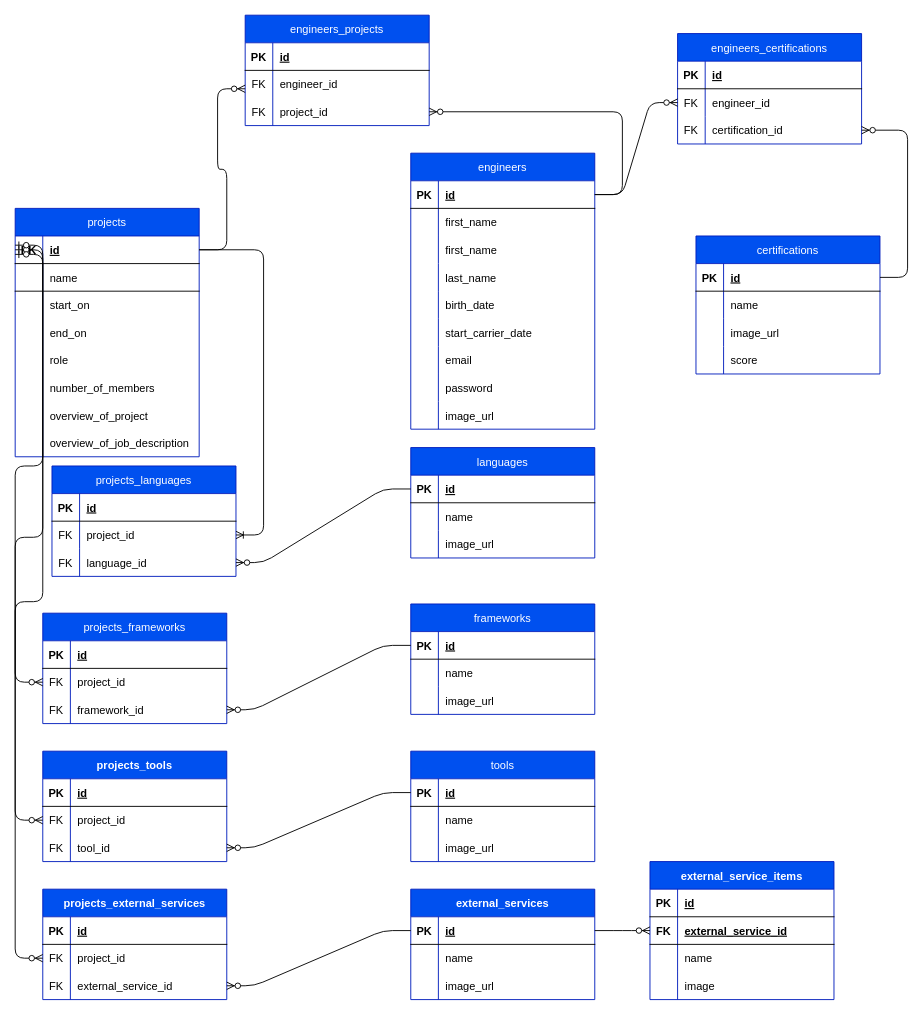
Before: tabels.dio in hiroki1216/engnr_prof_app, a draw.io diagram. Source tidied: cells renumbered, new cells numbered last; positions are measured from the earlier drawing's top-left corner, leaving out a move shared by most shapes. Both pictures are drawn from the tidied source at 92%, with x=0, y=0 at pixel (15, 15).
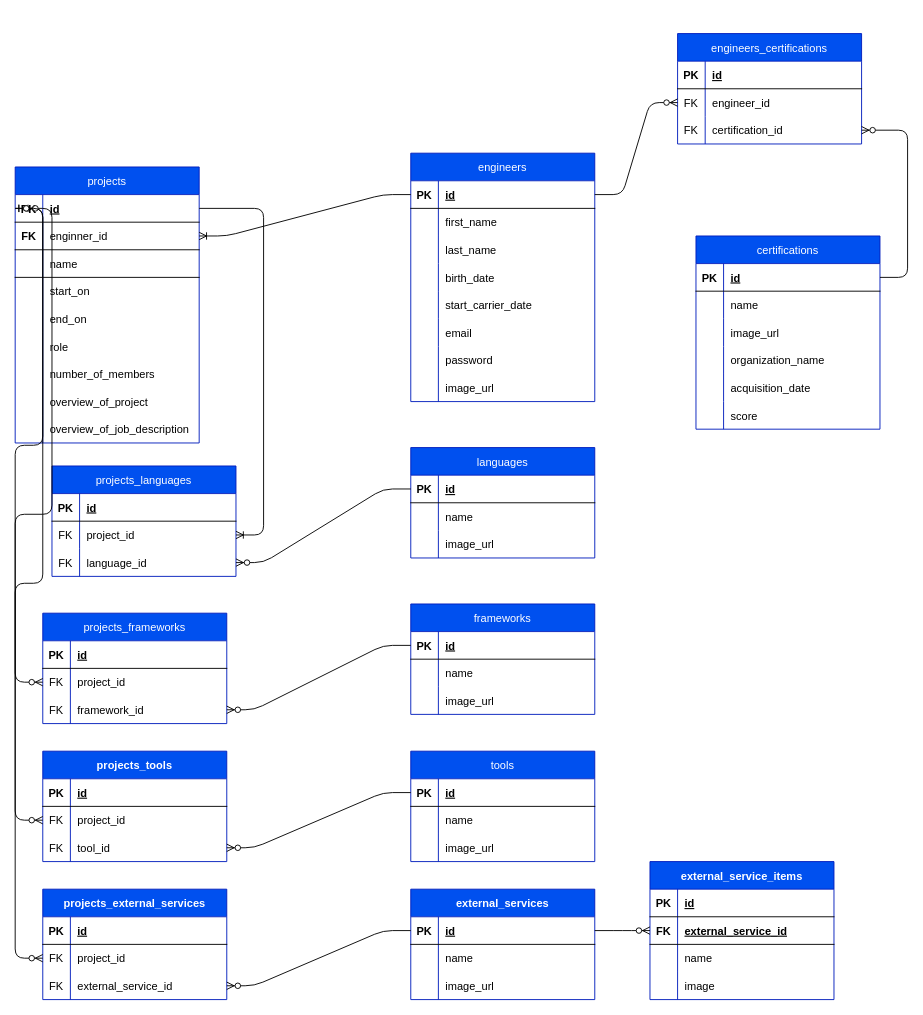
The same page after the edit.

The change refers to these unchanged cells:
```xml
<mxCell id="3" style="shape=tableRow;horizontal=0;startSize=0;swimlaneHead=0;swimlaneBody=0;fillColor=none;points=[[0,0.5],[1,0.5]];portConstraint=eastwest;top=0;left=0;right=0;bottom=1;" parent="2" vertex="1">
  <mxGeometry y="30" width="200" height="30" as="geometry" />
</mxCell>
<mxCell id="28" style="shape=tableRow;horizontal=0;startSize=0;swimlaneHead=0;swimlaneBody=0;fillColor=none;points=[[0,0.5],[1,0.5]];portConstraint=eastwest;top=0;left=0;right=0;bottom=1;" parent="27" vertex="1">
  <mxGeometry y="30" width="200" height="30" as="geometry" />
</mxCell>
<mxCell id="144" style="shape=tableRow;horizontal=0;startSize=0;swimlaneHead=0;swimlaneBody=0;fillColor=none;points=[[0,0.5],[1,0.5]];portConstraint=eastwest;top=0;left=0;right=0;bottom=0;" parent="140" vertex="1">
  <mxGeometry y="60" width="200" height="30" as="geometry" />
</mxCell>
<mxCell id="154" style="shape=tableRow;horizontal=0;startSize=0;swimlaneHead=0;swimlaneBody=0;fillColor=none;points=[[0,0.5],[1,0.5]];portConstraint=eastwest;top=0;left=0;right=0;bottom=0;" parent="150" vertex="1">
  <mxGeometry y="60" width="200" height="30" as="geometry" />
</mxCell>
```

Diff of the diagram source:
```diff
@@
     <mxCell id="2" value="projects" style="shape=table;startSize=30;childLayout=tableLayout;rowLines=0;fontStyle=0;align=center;fillColor=#0050ef;fontColor=#FFFFFF;strokeColor=#001DBC;swimlaneFillColor=#FFFFFF;labelBackgroundColor=none;labelBorderColor=none;" parent="1" vertex="1">
-      <mxGeometry y="210" width="200" height="270" as="geometry" />
+      <mxGeometry y="165" width="200" height="300" as="geometry" />
     </mxCell>
@@
+    <mxCell id="194" style="shape=tableRow;horizontal=0;startSize=0;swimlaneHead=0;swimlaneBody=0;fillColor=none;points=[[0,0.5],[1,0.5]];portConstraint=eastwest;top=0;left=0;right=0;bottom=1;" parent="2" vertex="1">
+      <mxGeometry y="60" width="200" height="30" as="geometry" />
+    </mxCell>
+    <mxCell id="195" value="FK" style="shape=partialRectangle;fillColor=none;top=0;left=0;bottom=0;right=0;fontStyle=1;overflow=hidden;fontColor=#000000;" parent="194" vertex="1">
+      <mxGeometry width="30" height="30" as="geometry" />
+    </mxCell>
+    <mxCell id="196" value="enginner_id" style="shape=partialRectangle;fillColor=none;top=0;left=0;bottom=0;right=0;align=left;spacingLeft=6;fontStyle=0;overflow=hidden;fontColor=#000000;" parent="194" vertex="1">
+      <mxGeometry x="30" width="170" height="30" as="geometry" />
+    </mxCell>
     <mxCell id="6" style="shape=tableRow;horizontal=0;startSize=0;swimlaneHead=0;swimlaneBody=0;fillColor=none;top=0;left=0;right=0;bottom=1;" parent="2" vertex="1">
-      <mxGeometry y="60" width="200" height="30" as="geometry" />
+      <mxGeometry y="90" width="200" height="30" as="geometry" />
     </mxCell>
@@
     <mxCell id="9" style="shape=tableRow;horizontal=0;startSize=0;swimlaneHead=0;swimlaneBody=0;fillColor=none;top=0;left=0;right=0;bottom=0;" parent="2" vertex="1">
-      <mxGeometry y="90" width="200" height="30" as="geometry" />
+      <mxGeometry y="120" width="200" height="30" as="geometry" />
     </mxCell>
@@
     <mxCell id="12" style="shape=tableRow;horizontal=0;startSize=0;swimlaneHead=0;swimlaneBody=0;fillColor=none;top=0;left=0;right=0;bottom=0;" parent="2" vertex="1">
-      <mxGeometry y="120" width="200" height="30" as="geometry" />
+      <mxGeometry y="150" width="200" height="30" as="geometry" />
     </mxCell>
@@
     <mxCell id="15" style="shape=tableRow;horizontal=0;startSize=0;swimlaneHead=0;swimlaneBody=0;fillColor=none;top=0;left=0;right=0;bottom=0;" parent="2" vertex="1">
-      <mxGeometry y="150" width="200" height="30" as="geometry" />
+      <mxGeometry y="180" width="200" height="30" as="geometry" />
     </mxCell>
@@
     <mxCell id="18" style="shape=tableRow;horizontal=0;startSize=0;swimlaneHead=0;swimlaneBody=0;fillColor=none;top=0;left=0;right=0;bottom=0;" parent="2" vertex="1">
-      <mxGeometry y="180" width="200" height="30" as="geometry" />
+      <mxGeometry y="210" width="200" height="30" as="geometry" />
     </mxCell>
@@
     <mxCell id="21" style="shape=tableRow;horizontal=0;startSize=0;swimlaneHead=0;swimlaneBody=0;fillColor=none;top=0;left=0;right=0;bottom=0;" parent="2" vertex="1">
-      <mxGeometry y="210" width="200" height="30" as="geometry" />
+      <mxGeometry y="240" width="200" height="30" as="geometry" />
     </mxCell>
@@
     <mxCell id="24" style="shape=tableRow;horizontal=0;startSize=0;swimlaneHead=0;swimlaneBody=0;fillColor=none;top=0;left=0;right=0;bottom=0;" parent="2" vertex="1">
-      <mxGeometry y="240" width="200" height="30" as="geometry" />
+      <mxGeometry y="270" width="200" height="30" as="geometry" />
     </mxCell>
@@
     <mxCell id="27" value="engineers" style="shape=table;startSize=30;childLayout=tableLayout;rowLines=0;fontStyle=0;align=center;fillColor=#0050ef;fontColor=#FFFFFF;strokeColor=#001DBC;swimlaneFillColor=#FFFFFF;labelBackgroundColor=none;labelBorderColor=none;" parent="1" vertex="1">
-      <mxGeometry x="430" y="150" width="200" height="300" as="geometry" />
+      <mxGeometry x="430" y="150" width="200" height="270" as="geometry" />
     </mxCell>
@@
-    <mxCell id="31" style="shape=tableRow;horizontal=0;startSize=0;swimlaneHead=0;swimlaneBody=0;fillColor=none;top=0;left=0;right=0;bottom=0;" parent="27" vertex="1">
-      <mxGeometry y="60" width="200" height="30" as="geometry" />
-    </mxCell>
-    <mxCell id="32" style="shape=partialRectangle;fillColor=none;top=0;left=0;bottom=0;right=0;overflow=hidden;fontColor=#000000;" parent="31" vertex="1">
-      <mxGeometry width="30" height="30" as="geometry" />
-    </mxCell>
-    <mxCell id="33" value="first_name" style="shape=partialRectangle;fillColor=none;top=0;left=0;bottom=0;right=0;align=left;spacingLeft=6;overflow=hidden;fontColor=#000000;" parent="31" vertex="1">
-      <mxGeometry x="30" width="170" height="30" as="geometry" />
-    </mxCell>
     <mxCell id="34" style="shape=tableRow;horizontal=0;startSize=0;swimlaneHead=0;swimlaneBody=0;fillColor=none;top=0;left=0;right=0;bottom=0;" parent="27" vertex="1">
-      <mxGeometry y="90" width="200" height="30" as="geometry" />
+      <mxGeometry y="60" width="200" height="30" as="geometry" />
     </mxCell>
@@
     <mxCell id="37" style="shape=tableRow;horizontal=0;startSize=0;swimlaneHead=0;swimlaneBody=0;fillColor=none;top=0;left=0;right=0;bottom=0;" parent="27" vertex="1">
-      <mxGeometry y="120" width="200" height="30" as="geometry" />
+      <mxGeometry y="90" width="200" height="30" as="geometry" />
     </mxCell>
@@
     <mxCell id="40" style="shape=tableRow;horizontal=0;startSize=0;swimlaneHead=0;swimlaneBody=0;fillColor=none;top=0;left=0;right=0;bottom=0;" parent="27" vertex="1">
-      <mxGeometry y="150" width="200" height="30" as="geometry" />
+      <mxGeometry y="120" width="200" height="30" as="geometry" />
     </mxCell>
@@
     <mxCell id="43" style="shape=tableRow;horizontal=0;startSize=0;swimlaneHead=0;swimlaneBody=0;fillColor=none;top=0;left=0;right=0;bottom=0;" parent="27" vertex="1">
-      <mxGeometry y="180" width="200" height="30" as="geometry" />
+      <mxGeometry y="150" width="200" height="30" as="geometry" />
     </mxCell>
@@
     <mxCell id="46" style="shape=tableRow;horizontal=0;startSize=0;swimlaneHead=0;swimlaneBody=0;fillColor=none;top=0;left=0;right=0;bottom=0;" parent="27" vertex="1">
-      <mxGeometry y="210" width="200" height="30" as="geometry" />
+      <mxGeometry y="180" width="200" height="30" as="geometry" />
     </mxCell>
@@
     <mxCell id="49" style="shape=tableRow;horizontal=0;startSize=0;swimlaneHead=0;swimlaneBody=0;fillColor=none;top=0;left=0;right=0;bottom=0;" parent="27" vertex="1">
-      <mxGeometry y="240" width="200" height="30" as="geometry" />
+      <mxGeometry y="210" width="200" height="30" as="geometry" />
     </mxCell>
@@
     <mxCell id="52" style="shape=tableRow;horizontal=0;startSize=0;swimlaneHead=0;swimlaneBody=0;fillColor=none;top=0;left=0;right=0;bottom=0;" parent="27" vertex="1">
-      <mxGeometry y="270" width="200" height="30" as="geometry" />
+      <mxGeometry y="240" width="200" height="30" as="geometry" />
     </mxCell>
@@
-    <mxCell id="55" value="engineers_projects" style="shape=table;startSize=30;childLayout=tableLayout;rowLines=0;fontStyle=0;align=center;fillColor=#0050ef;fontColor=#FFFFFF;strokeColor=#001DBC;swimlaneFillColor=#FFFFFF;labelBackgroundColor=none;labelBorderColor=none;" parent="1" vertex="1">
-      <mxGeometry x="250" width="200" height="120" as="geometry" />
-    </mxCell>
-    <mxCell id="56" style="shape=tableRow;horizontal=0;startSize=0;swimlaneHead=0;swimlaneBody=0;fillColor=none;top=0;left=0;right=0;bottom=1;" parent="55" vertex="1">
-      <mxGeometry y="30" width="200" height="30" as="geometry" />
-    </mxCell>
-    <mxCell id="57" value="PK" style="shape=partialRectangle;fillColor=none;top=0;left=0;bottom=0;right=0;fontStyle=1;overflow=hidden;fontColor=#000000;" parent="56" vertex="1">
-      <mxGeometry width="30" height="30" as="geometry" />
-    </mxCell>
-    <mxCell id="58" value="id" style="shape=partialRectangle;fillColor=none;top=0;left=0;bottom=0;right=0;align=left;spacingLeft=6;fontStyle=5;overflow=hidden;fontColor=#000000;" parent="56" vertex="1">
-      <mxGeometry x="30" width="170" height="30" as="geometry" />
-    </mxCell>
-    <mxCell id="59" style="shape=tableRow;horizontal=0;startSize=0;swimlaneHead=0;swimlaneBody=0;fillColor=none;top=0;left=0;right=0;bottom=0;" parent="55" vertex="1">
-      <mxGeometry y="60" width="200" height="30" as="geometry" />
-    </mxCell>
-    <mxCell id="60" value="FK" style="shape=partialRectangle;fillColor=none;top=0;left=0;bottom=0;right=0;overflow=hidden;fontColor=#000000;" parent="59" vertex="1">
-      <mxGeometry width="30" height="30" as="geometry" />
-    </mxCell>
-    <mxCell id="61" value="engineer_id" style="shape=partialRectangle;fillColor=none;top=0;left=0;bottom=0;right=0;align=left;spacingLeft=6;overflow=hidden;fontColor=#000000;" parent="59" vertex="1">
-      <mxGeometry x="30" width="170" height="30" as="geometry" />
-    </mxCell>
-    <mxCell id="62" style="shape=tableRow;horizontal=0;startSize=0;swimlaneHead=0;swimlaneBody=0;fillColor=none;points=[[0,0.5],[1,0.5]];portConstraint=eastwest;top=0;left=0;right=0;bottom=0;" parent="55" vertex="1">
-      <mxGeometry y="90" width="200" height="30" as="geometry" />
-    </mxCell>
-    <mxCell id="63" value="FK" style="shape=partialRectangle;fillColor=none;top=0;left=0;bottom=0;right=0;overflow=hidden;fontColor=#000000;" parent="62" vertex="1">
-      <mxGeometry width="30" height="30" as="geometry" />
-    </mxCell>
-    <mxCell id="64" value="project_id" style="shape=partialRectangle;fillColor=none;top=0;left=0;bottom=0;right=0;align=left;spacingLeft=6;overflow=hidden;fontColor=#000000;" parent="62" vertex="1">
-      <mxGeometry x="30" width="170" height="30" as="geometry" />
-    </mxCell>
-    <mxCell id="65" style="edgeStyle=entityRelationEdgeStyle;fontSize=12;html=1;endArrow=ERzeroToMany;endFill=1;strokeColor=#000000;fontColor=#000000;" parent="1" edge="1" source="28" target="62">
-      <mxGeometry relative="1" as="geometry" />
-    </mxCell>
-    <mxCell id="66" style="edgeStyle=entityRelationEdgeStyle;fontSize=12;html=1;endArrow=ERzeroToMany;endFill=1;strokeColor=#000000;fontColor=#000000;" parent="1" edge="1" source="3">
-      <mxGeometry relative="1" as="geometry">
-        <mxPoint x="250" y="80" as="targetPoint" />
-      </mxGeometry>
-    </mxCell>
@@
     <mxCell id="107" value="certifications" style="shape=table;startSize=30;childLayout=tableLayout;rowLines=0;fontStyle=0;align=center;fillColor=#0050ef;fontColor=#FFFFFF;strokeColor=#001DBC;swimlaneFillColor=#FFFFFF;labelBackgroundColor=none;labelBorderColor=none;" parent="1" vertex="1">
-      <mxGeometry x="740" y="240" width="200" height="150" as="geometry" />
+      <mxGeometry x="740" y="240" width="200" height="210" as="geometry" />
     </mxCell>
@@
+    <mxCell id="197" style="shape=tableRow;horizontal=0;startSize=0;swimlaneHead=0;swimlaneBody=0;fillColor=none;top=0;left=0;right=0;bottom=0;" parent="107" vertex="1">
+      <mxGeometry y="120" width="200" height="30" as="geometry" />
+    </mxCell>
+    <mxCell id="198" style="shape=partialRectangle;fillColor=none;top=0;left=0;bottom=0;right=0;overflow=hidden;fontColor=#000000;" parent="197" vertex="1">
+      <mxGeometry width="30" height="30" as="geometry" />
+    </mxCell>
+    <mxCell id="199" value="organization_name" style="shape=partialRectangle;fillColor=none;top=0;left=0;bottom=0;right=0;align=left;spacingLeft=6;overflow=hidden;fontColor=#000000;" parent="197" vertex="1">
+      <mxGeometry x="30" width="170" height="30" as="geometry" />
+    </mxCell>
+    <mxCell id="200" style="shape=tableRow;horizontal=0;startSize=0;swimlaneHead=0;swimlaneBody=0;fillColor=none;top=0;left=0;right=0;bottom=0;" parent="107" vertex="1">
+      <mxGeometry y="150" width="200" height="30" as="geometry" />
+    </mxCell>
+    <mxCell id="201" style="shape=partialRectangle;fillColor=none;top=0;left=0;bottom=0;right=0;overflow=hidden;fontColor=#000000;" parent="200" vertex="1">
+      <mxGeometry width="30" height="30" as="geometry" />
+    </mxCell>
+    <mxCell id="202" value="acquisition_date" style="shape=partialRectangle;fillColor=none;top=0;left=0;bottom=0;right=0;align=left;spacingLeft=6;overflow=hidden;fontColor=#000000;" parent="200" vertex="1">
+      <mxGeometry x="30" width="170" height="30" as="geometry" />
+    </mxCell>
     <mxCell id="117" style="shape=tableRow;horizontal=0;startSize=0;swimlaneHead=0;swimlaneBody=0;fillColor=none;top=0;left=0;right=0;bottom=0;" parent="107" vertex="1">
-      <mxGeometry y="120" width="200" height="30" as="geometry" />
+      <mxGeometry y="180" width="200" height="30" as="geometry" />
     </mxCell>
@@
     <mxCell id="192" style="edgeStyle=entityRelationEdgeStyle;fontSize=12;html=1;endArrow=ERzeroToMany;startArrow=ERzeroToOne;strokeColor=#000000;fontColor=#000000;entryX=0;entryY=0.5;entryDx=0;entryDy=0;" parent="1" edge="1" target="144">
       <mxGeometry relative="1" as="geometry">
-        <mxPoint y="260" as="sourcePoint" />
+        <mxPoint x="10" y="210" as="sourcePoint" />
       </mxGeometry>
     </mxCell>
     <mxCell id="193" style="edgeStyle=entityRelationEdgeStyle;fontSize=12;html=1;endArrow=ERzeroToMany;startArrow=ERzeroToOne;strokeColor=#000000;fontColor=#000000;entryX=0;entryY=0.5;entryDx=0;entryDy=0;" parent="1" edge="1" target="154">
       <mxGeometry relative="1" as="geometry">
-        <mxPoint y="250" as="sourcePoint" />
+        <mxPoint y="210" as="sourcePoint" />
       </mxGeometry>
     </mxCell>
+    <mxCell id="203" style="edgeStyle=entityRelationEdgeStyle;fontSize=12;endArrow=ERoneToMany;entryX=1;entryY=0.5;entryDx=0;entryDy=0;exitX=0;exitY=0.5;exitDx=0;exitDy=0;fontColor=none;labelBorderColor=none;labelBackgroundColor=none;noLabel=1;html=1;strokeColor=#000000;" parent="1" edge="1" source="28" target="194">
+      <mxGeometry relative="1" as="geometry" />
+    </mxCell>
```
